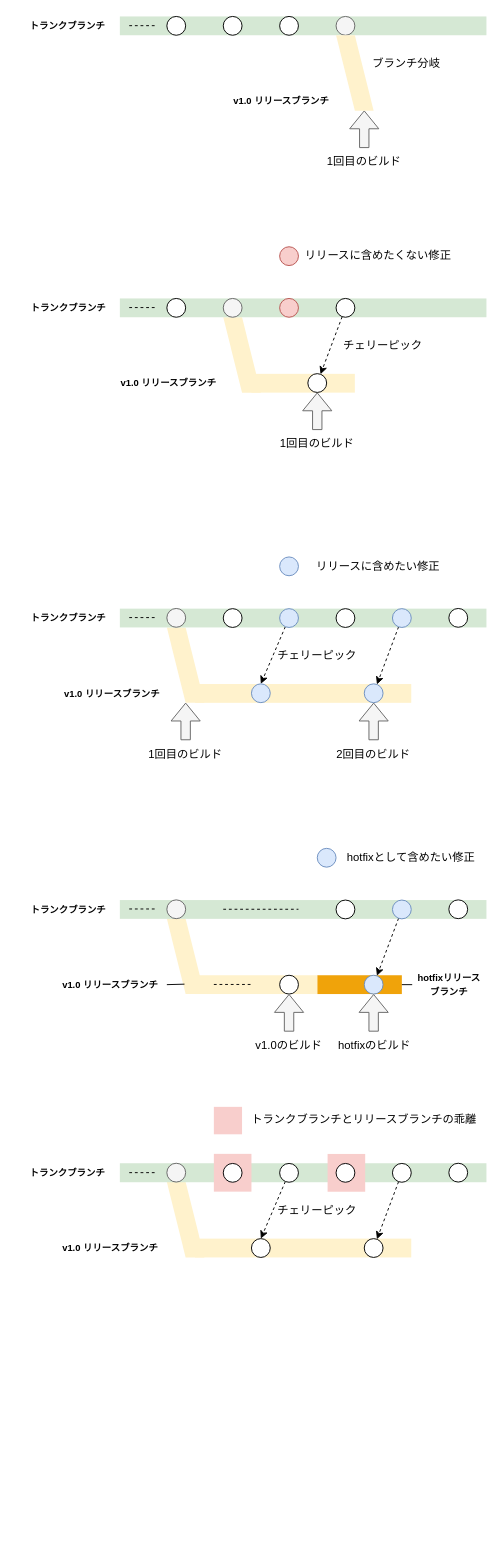
shotaIDE/zenn keeps this draw.io diagram as images/mobile-trunk-based-release-strategy/release-flow.drawio. Above is the earlier version. Source tidied: cells renumbered, new cells numbered last; positions are measured from the earlier drawing's top-left corner, leaving out a move shared by most shapes. Both pictures are drawn from the tidied source at 94%, with x=0, y=0 at pixel (24, 15).
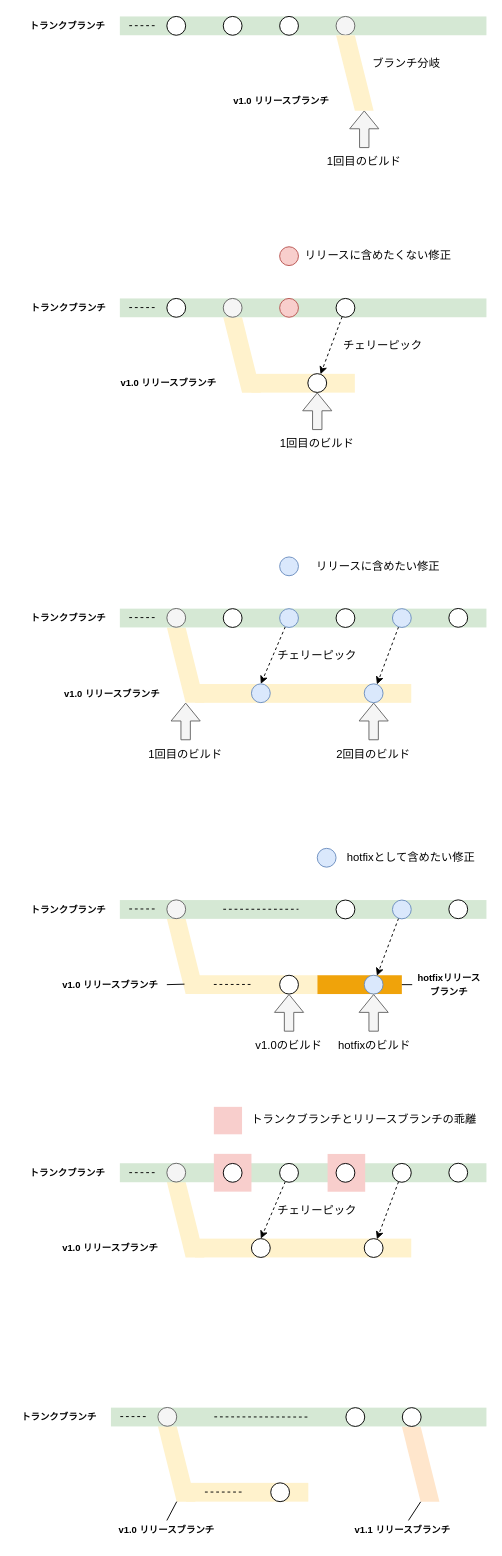
The same diagram, later.

What changed in the source:
```diff
@@
+    <mxCell id="104" style="group;" parent="1" vertex="1">
+      <mxGeometry x="381" y="1501" width="100" height="80.2" as="geometry" />
+    </mxCell>
+    <mxCell id="105" style="shape=parallelogram;perimeter=parallelogramPerimeter;whiteSpace=wrap;html=1;fixedSize=1;fillColor=#ffe6cc;strokeColor=none;flipH=1;" parent="104" vertex="1">
+      <mxGeometry x="20" width="40" height="80.2" as="geometry" />
+    </mxCell>
@@
+    <mxCell id="106" style="group;" parent="1" vertex="1">
+      <mxGeometry x="141.5" y="1500.8" width="160" height="80.2" as="geometry" />
+    </mxCell>
+    <mxCell id="107" style="rounded=0;whiteSpace=wrap;html=1;fillColor=#fff2cc;strokeColor=none;" parent="106" vertex="1">
+      <mxGeometry x="30" y="60.2" width="130" height="20" as="geometry" />
+    </mxCell>
+    <mxCell id="108" style="shape=parallelogram;perimeter=parallelogramPerimeter;whiteSpace=wrap;html=1;fixedSize=1;fillColor=#fff2cc;strokeColor=none;flipH=1;" parent="106" vertex="1">
+      <mxGeometry width="40" height="80.2" as="geometry" />
+    </mxCell>
+    <mxCell id="109" style="rounded=0;whiteSpace=wrap;html=1;fillColor=#d5e8d4;strokeColor=none;" parent="1" vertex="1">
+      <mxGeometry x="91.5" y="1481" width="399.5" height="20" as="geometry" />
+    </mxCell>
+    <mxCell id="110" style="ellipse;whiteSpace=wrap;html=1;fillColor=#f5f5f5;fontColor=#333333;strokeColor=#666666;" parent="1" vertex="1">
+      <mxGeometry x="141.5" y="1480.8" width="20" height="20" as="geometry" />
+    </mxCell>
+    <mxCell id="111" style="rounded=0;jettySize=auto;html=1;entryX=0.5;entryY=1;entryDx=0;entryDy=0;endArrow=none;endFill=0;exitX=0.5;exitY=0;exitDx=0;exitDy=0;" parent="1" edge="1" source="112" target="108">
+      <mxGeometry relative="1" as="geometry" />
+    </mxCell>
+    <mxCell id="112" value="&lt;b&gt;&lt;font style=&quot;font-size: 10px;&quot;&gt;v1.0 リリースブランチ&lt;/font&gt;&lt;/b&gt;" style="text;html=1;strokeColor=none;fillColor=none;align=center;verticalAlign=middle;whiteSpace=wrap;rounded=0;" parent="1" vertex="1">
+      <mxGeometry x="91" y="1601" width="120" height="20" as="geometry" />
+    </mxCell>
+    <mxCell id="113" style="ellipse;whiteSpace=wrap;html=1;" parent="1" vertex="1">
+      <mxGeometry x="341.5" y="1481" width="20" height="20" as="geometry" />
+    </mxCell>
+    <mxCell id="114" style="ellipse;whiteSpace=wrap;html=1;" parent="1" vertex="1">
+      <mxGeometry x="401.5" y="1481" width="20" height="20" as="geometry" />
+    </mxCell>
+    <mxCell id="115" style="ellipse;whiteSpace=wrap;html=1;" parent="1" vertex="1">
+      <mxGeometry x="261.5" y="1561" width="20" height="20" as="geometry" />
+    </mxCell>
+    <mxCell id="116" style="endArrow=none;html=1;rounded=0;dashed=1;endFill=0;" parent="1" edge="1">
+      <mxGeometry relative="1" as="geometry">
+        <mxPoint x="201.5" y="1490.8" as="sourcePoint" />
+        <mxPoint x="301" y="1491" as="targetPoint" />
+      </mxGeometry>
+    </mxCell>
+    <mxCell id="117" style="endArrow=none;html=1;rounded=0;dashed=1;endFill=0;" parent="1" edge="1">
+      <mxGeometry relative="1" as="geometry">
+        <mxPoint x="191.5" y="1570.8" as="sourcePoint" />
+        <mxPoint x="231.5" y="1570.8" as="targetPoint" />
+      </mxGeometry>
+    </mxCell>
+    <mxCell id="118" style="endArrow=none;html=1;rounded=0;dashed=1;endFill=0;" parent="1" edge="1">
+      <mxGeometry relative="1" as="geometry">
+        <mxPoint x="101.5" y="1490.5" as="sourcePoint" />
+        <mxPoint x="131.5" y="1490.5" as="targetPoint" />
+      </mxGeometry>
+    </mxCell>
+    <mxCell id="119" value="&lt;font style=&quot;font-size: 10px;&quot;&gt;&lt;b&gt;トランクブランチ&lt;/b&gt;&lt;/font&gt;" style="text;html=1;strokeColor=none;fillColor=none;align=center;verticalAlign=middle;whiteSpace=wrap;rounded=0;" parent="1" vertex="1">
+      <mxGeometry x="-9" y="1480.4" width="91" height="21.2" as="geometry" />
+    </mxCell>
+    <mxCell id="120" style="rounded=0;jettySize=auto;html=1;entryX=0.5;entryY=1;entryDx=0;entryDy=0;endArrow=none;endFill=0;" parent="1" edge="1" source="121" target="105">
+      <mxGeometry relative="1" as="geometry" />
+    </mxCell>
+    <mxCell id="121" value="&lt;b&gt;&lt;font style=&quot;font-size: 10px;&quot;&gt;v1.1 リリースブランチ&lt;/font&gt;&lt;/b&gt;" style="text;html=1;strokeColor=none;fillColor=none;align=center;verticalAlign=middle;whiteSpace=wrap;rounded=0;" parent="1" vertex="1">
+      <mxGeometry x="341.5" y="1601" width="120" height="20" as="geometry" />
+    </mxCell>
```
